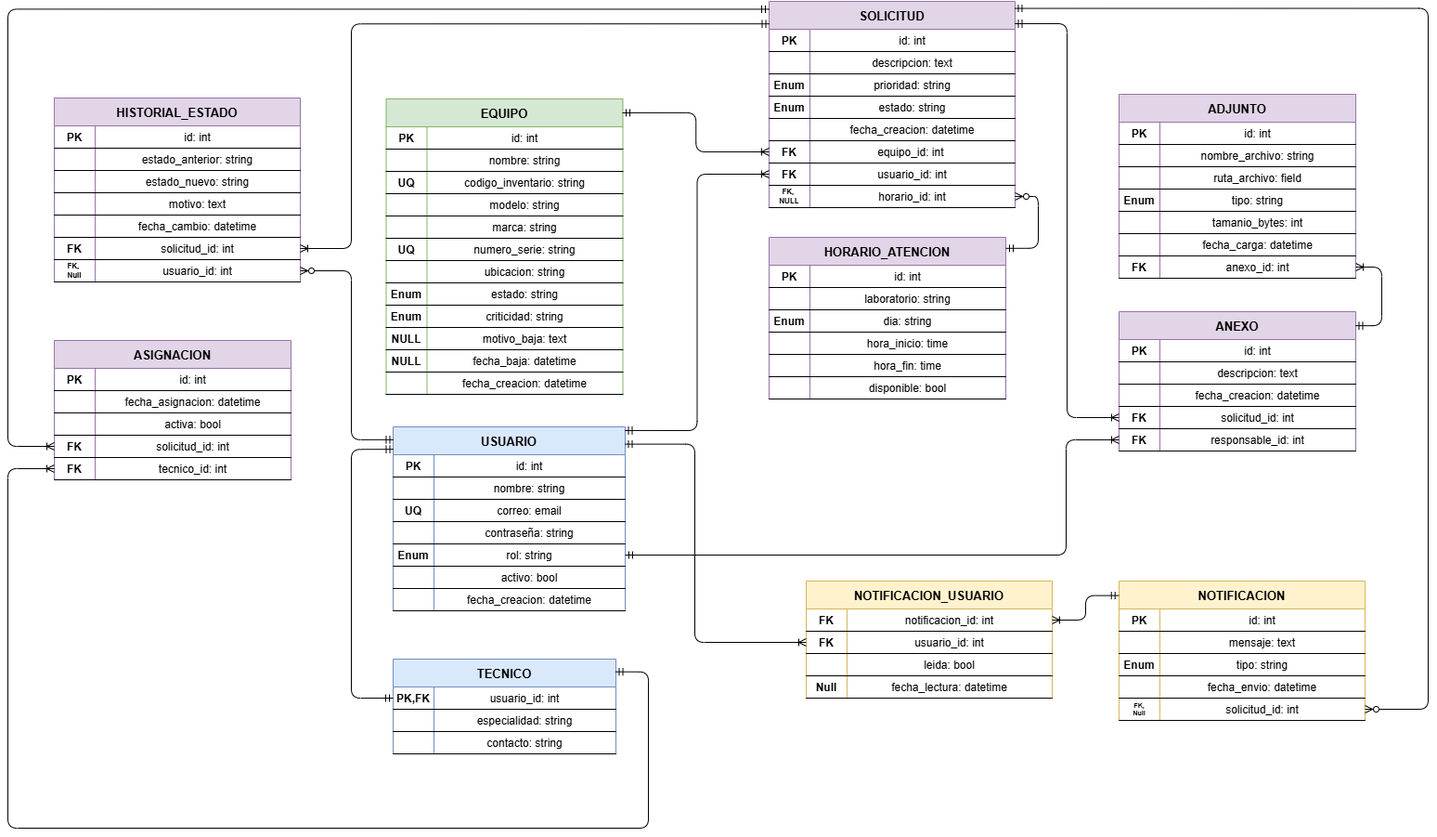
Earlier version of the draw.io export docs/images/Database_ER.png (GPT-Ingesoft/project-backend). Source tidied: cells renumbered, new cells last; positions are measured from the earlier drawing's top-left corner, leaving out a move shared by most shapes.
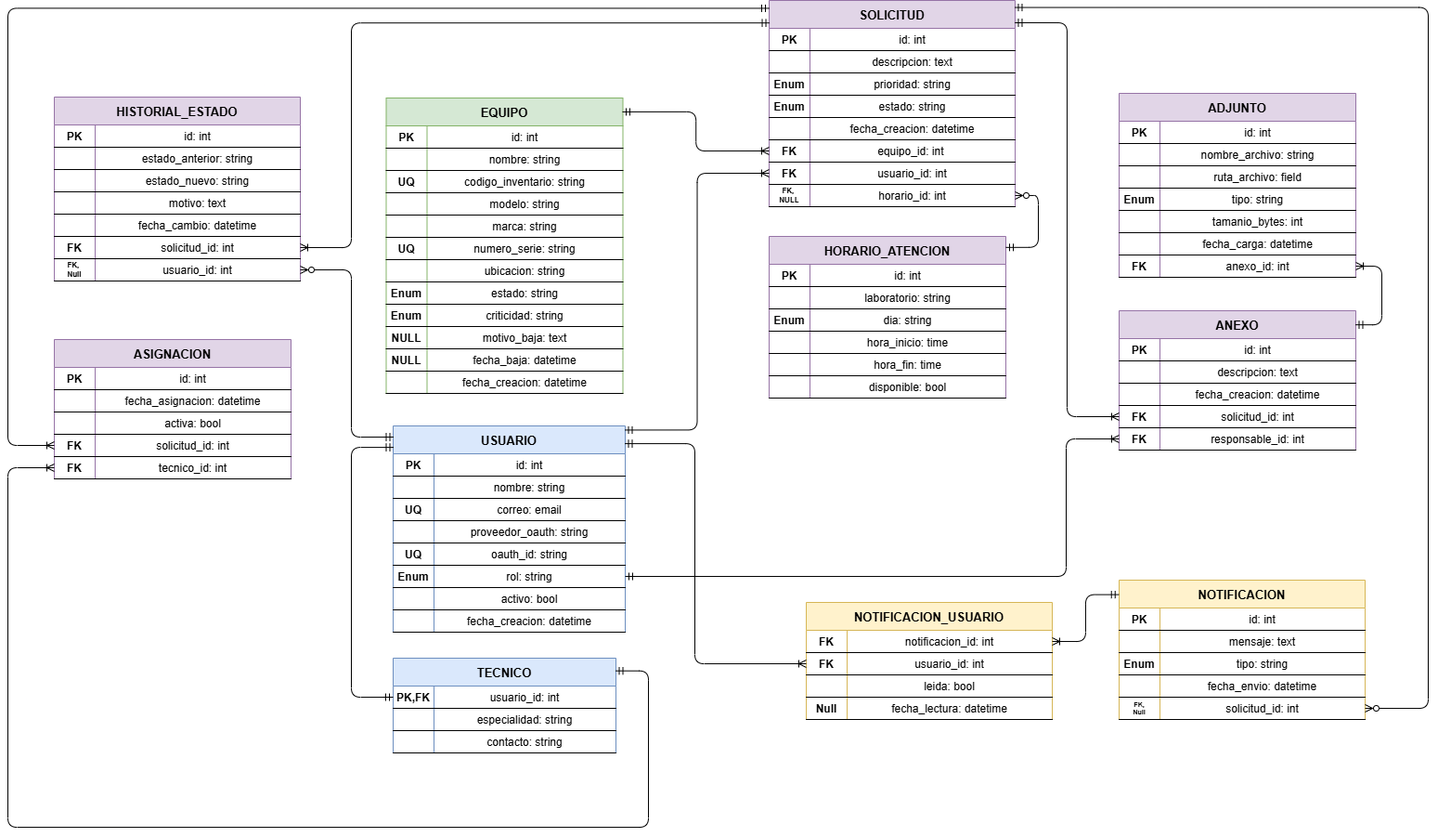
Above is the later version.

Change to the diagram source:
```diff
@@ -3,7 +3,7 @@
     <mxCell id="0" />
     <mxCell id="1" parent="0" />
     <mxCell id="2" value="USUARIO" style="shape=table;startSize=30;rowLines=0;fontStyle=1;align=center;fontSize=13;fillColor=#dae8fc;strokeColor=#6c8ebf;" parent="1" vertex="1">
-      <mxGeometry x="415" y="458" width="250" height="198" as="geometry" />
+      <mxGeometry x="415" y="458" width="250" height="222" as="geometry" />
     </mxCell>
     <mxCell id="3" style="shape=tableRow;horizontal=0;startSize=0;swimlaneHead=0;swimlaneBody=0;fillColor=none;fontSize=12;top=0;left=0;right=0;bottom=1;" parent="2" vertex="1">
       <mxGeometry y="30" width="250" height="24" as="geometry" />
@@ -38,11 +38,20 @@
     <mxCell id="13" style="shape=partialRectangle;fillColor=none;top=0;left=0;bottom=0;right=0;overflow=hidden;" parent="12" vertex="1">
       <mxGeometry width="44" height="24" as="geometry" />
     </mxCell>
-    <mxCell id="14" value="contraseña: string" style="shape=partialRectangle;fillColor=none;top=0;left=0;bottom=0;right=0;overflow=hidden;" parent="12" vertex="1">
+    <mxCell id="14" value="proveedor_oauth: string" style="shape=partialRectangle;fillColor=none;top=0;left=0;bottom=0;right=0;overflow=hidden;" parent="12" vertex="1">
       <mxGeometry x="44" width="206" height="24" as="geometry" />
     </mxCell>
+    <mxCell id="234" style="shape=tableRow;horizontal=0;startSize=0;swimlaneHead=0;swimlaneBody=0;fillColor=none;fontSize=12;top=0;left=0;right=0;bottom=1;" parent="2" vertex="1">
+      <mxGeometry y="126" width="250" height="24" as="geometry" />
+    </mxCell>
+    <mxCell id="235" value="UQ" style="shape=partialRectangle;fillColor=none;top=0;left=0;bottom=0;right=0;overflow=hidden;fontStyle=1;" parent="234" vertex="1">
+      <mxGeometry width="44" height="24" as="geometry" />
+    </mxCell>
+    <mxCell id="236" value="oauth_id: string" style="shape=partialRectangle;fillColor=none;top=0;left=0;bottom=0;right=0;overflow=hidden;" parent="234" vertex="1">
+      <mxGeometry x="44" width="206" height="24" as="geometry" />
+    </mxCell>
     <mxCell id="15" style="shape=tableRow;horizontal=0;startSize=0;swimlaneHead=0;swimlaneBody=0;fillColor=none;points=[[0,0.5],[1,0.5]];portConstraint=eastwest;fontSize=12;top=0;left=0;right=0;bottom=1;" parent="2" vertex="1">
-      <mxGeometry y="126" width="250" height="24" as="geometry" />
+      <mxGeometry y="150" width="250" height="24" as="geometry" />
     </mxCell>
     <mxCell id="16" value="Enum" style="shape=partialRectangle;fillColor=none;top=0;left=0;bottom=0;right=0;overflow=hidden;fontStyle=1;" parent="15" vertex="1">
       <mxGeometry width="44" height="24" as="geometry" />
@@ -51,7 +60,7 @@
       <mxGeometry x="44" width="206" height="24" as="geometry" />
     </mxCell>
     <mxCell id="18" style="shape=tableRow;horizontal=0;startSize=0;swimlaneHead=0;swimlaneBody=0;fillColor=none;fontSize=12;top=0;left=0;right=0;bottom=1;" parent="2" vertex="1">
-      <mxGeometry y="150" width="250" height="24" as="geometry" />
+      <mxGeometry y="174" width="250" height="24" as="geometry" />
     </mxCell>
     <mxCell id="19" style="shape=partialRectangle;fillColor=none;top=0;left=0;bottom=0;right=0;overflow=hidden;" parent="18" vertex="1">
       <mxGeometry width="44" height="24" as="geometry" />
@@ -60,7 +69,7 @@
       <mxGeometry x="44" width="206" height="24" as="geometry" />
     </mxCell>
     <mxCell id="21" style="shape=tableRow;horizontal=0;startSize=0;swimlaneHead=0;swimlaneBody=0;fillColor=none;fontSize=12;top=0;left=0;right=0;bottom=1;" parent="2" vertex="1">
-      <mxGeometry y="174" width="250" height="24" as="geometry" />
+      <mxGeometry y="198" width="250" height="24" as="geometry" />
     </mxCell>
     <mxCell id="22" style="shape=partialRectangle;fillColor=none;top=0;left=0;bottom=0;right=0;overflow=hidden;" parent="21" vertex="1">
       <mxGeometry width="44" height="24" as="geometry" />
@@ -618,7 +627,7 @@
       <mxGeometry x="44" width="221" height="24" as="geometry" />
     </mxCell>
     <mxCell id="207" value="NOTIFICACION_USUARIO" style="shape=table;startSize=30;rowLines=0;fontStyle=1;align=center;fontSize=13;fillColor=#fff2cc;strokeColor=#d6b656;" parent="1" vertex="1">
-      <mxGeometry x="860" y="624" width="265" height="126" as="geometry" />
+      <mxGeometry x="860" y="648" width="265" height="126" as="geometry" />
     </mxCell>
     <mxCell id="208" style="shape=tableRow;horizontal=0;startSize=0;swimlaneHead=0;swimlaneBody=0;fillColor=none;points=[[0,0.5],[1,0.5]];portConstraint=eastwest;fontSize=12;top=0;left=0;right=0;bottom=1;" parent="207" vertex="1">
       <mxGeometry y="30" width="265" height="24" as="geometry" />
@@ -656,10 +665,10 @@
     <mxCell id="219" value="fecha_lectura: datetime" style="shape=partialRectangle;fillColor=none;top=0;left=0;bottom=0;right=0;overflow=hidden;" parent="217" vertex="1">
       <mxGeometry x="44" width="221" height="24" as="geometry" />
     </mxCell>
-    <mxCell id="220" style="edgeStyle=orthogonalEdgeStyle;startFill=0;endFill=0;fontSize=11;startArrow=ERmandOne;endArrow=ERmandOne;exitX=0.002;exitY=0.122;exitDx=0;exitDy=0;entryX=0;entryY=0.5;entryDx=0;entryDy=0;exitPerimeter=0;" parent="1" edge="1" source="2" target="25">
+    <mxCell id="220" style="edgeStyle=orthogonalEdgeStyle;startFill=0;endFill=0;fontSize=11;startArrow=ERmandOne;endArrow=ERmandOne;exitX=0.002;exitY=0.104;exitDx=0;exitDy=0;entryX=0;entryY=0.5;entryDx=0;entryDy=0;exitPerimeter=0;" parent="1" edge="1" source="2" target="25">
       <mxGeometry relative="1" as="geometry">
         <Array as="points">
-          <mxPoint x="370" y="482" />
+          <mxPoint x="370" y="481" />
           <mxPoint x="370" y="750" />
         </Array>
       </mxGeometry>
@@ -686,10 +695,10 @@
         </Array>
       </mxGeometry>
     </mxCell>
-    <mxCell id="225" style="edgeStyle=orthogonalEdgeStyle;startFill=0;endFill=0;fontSize=11;startArrow=ERmandOne;endArrow=ERzeroToMany;exitX=0.002;exitY=0.07;exitDx=0;exitDy=0;entryX=1;entryY=0.5;entryDx=0;entryDy=0;exitPerimeter=0;" parent="1" edge="1" source="2" target="115">
+    <mxCell id="225" style="edgeStyle=orthogonalEdgeStyle;startFill=0;endFill=0;fontSize=11;startArrow=ERmandOne;endArrow=ERzeroToMany;exitX=0.002;exitY=0.054;exitDx=0;exitDy=0;entryX=1;entryY=0.5;entryDx=0;entryDy=0;exitPerimeter=0;" parent="1" edge="1" source="2" target="115">
       <mxGeometry relative="1" as="geometry">
         <Array as="points">
-          <mxPoint x="370" y="472" />
+          <mxPoint x="370" y="470" />
           <mxPoint x="370" y="290" />
         </Array>
       </mxGeometry>
@@ -697,10 +706,10 @@
     <mxCell id="226" style="edgeStyle=orthogonalEdgeStyle;startFill=0;endFill=0;fontSize=11;startArrow=ERmandOne;endArrow=ERoneToMany;exitX=0.998;exitY=0.108;exitDx=0;exitDy=0;entryX=0;entryY=0.5;entryDx=0;entryDy=0;exitPerimeter=0;" parent="1" edge="1" source="71" target="163">
       <mxGeometry relative="1" as="geometry" />
     </mxCell>
-    <mxCell id="227" style="edgeStyle=orthogonalEdgeStyle;startFill=0;endFill=0;fontSize=11;startArrow=ERmandOne;endArrow=ERoneToMany;exitX=1;exitY=0.5;exitDx=0;exitDy=0;entryX=0;entryY=0.5;entryDx=0;entryDy=0;" parent="1" edge="1" source="15" target="166">
+    <mxCell id="227" style="edgeStyle=orthogonalEdgeStyle;startFill=0;endFill=0;fontSize=11;startArrow=ERmandOne;endArrow=ERoneToMany;entryX=0;entryY=0.5;entryDx=0;entryDy=0;exitX=1;exitY=0.5;exitDx=0;exitDy=0;" parent="1" edge="1" source="15" target="166">
       <mxGeometry relative="1" as="geometry">
         <Array as="points">
-          <mxPoint x="1140" y="596" />
+          <mxPoint x="1140" y="620" />
           <mxPoint x="1140" y="472" />
         </Array>
       </mxGeometry>
@@ -742,11 +751,11 @@
     <mxCell id="232" style="edgeStyle=orthogonalEdgeStyle;startFill=0;endFill=0;fontSize=11;startArrow=ERmandOne;endArrow=ERoneToMany;exitX=-0.001;exitY=0.104;exitDx=0;exitDy=0;entryX=1;entryY=0.5;entryDx=0;entryDy=0;exitPerimeter=0;" parent="1" edge="1" source="191" target="208">
       <mxGeometry relative="1" as="geometry" />
     </mxCell>
-    <mxCell id="233" style="edgeStyle=orthogonalEdgeStyle;startFill=0;endFill=0;fontSize=11;startArrow=ERmandOne;endArrow=ERoneToMany;exitX=0.998;exitY=0.094;exitDx=0;exitDy=0;entryX=0;entryY=0.5;entryDx=0;entryDy=0;exitPerimeter=0;" parent="1" edge="1" source="2" target="211">
+    <mxCell id="233" style="edgeStyle=orthogonalEdgeStyle;startFill=0;endFill=0;fontSize=11;startArrow=ERmandOne;endArrow=ERoneToMany;exitX=0.998;exitY=0.086;exitDx=0;exitDy=0;entryX=0;entryY=0.5;entryDx=0;entryDy=0;exitPerimeter=0;" parent="1" edge="1" source="2" target="211">
       <mxGeometry relative="1" as="geometry">
         <Array as="points">
           <mxPoint x="740" y="477" />
-          <mxPoint x="740" y="690" />
+          <mxPoint x="740" y="714" />
         </Array>
       </mxGeometry>
     </mxCell>
```
